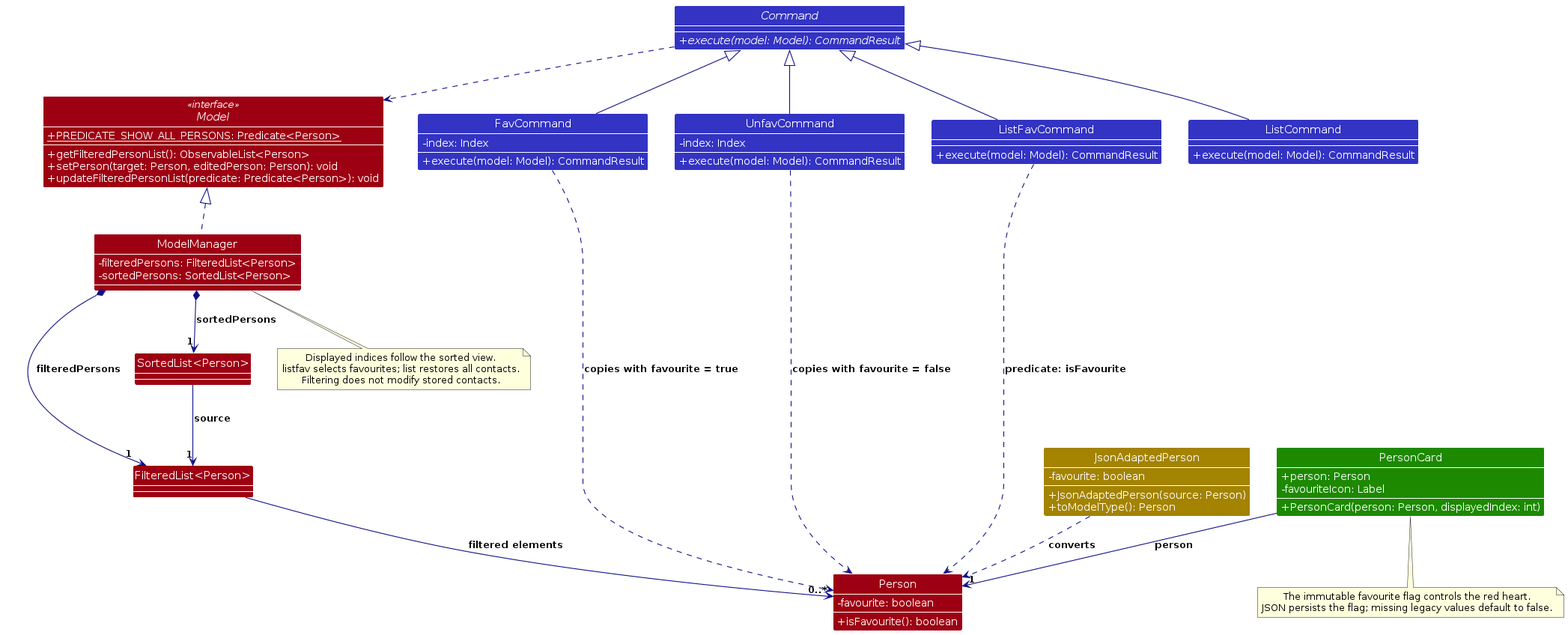
This is diagrams/FavouriteContactsClassDiagram.png from AY2627S1-CS2103T-F15-3/tp, a PlantUML export, as it was before one commit. Its source is kept beside it as diagrams/FavouriteContactsClassDiagram.puml.
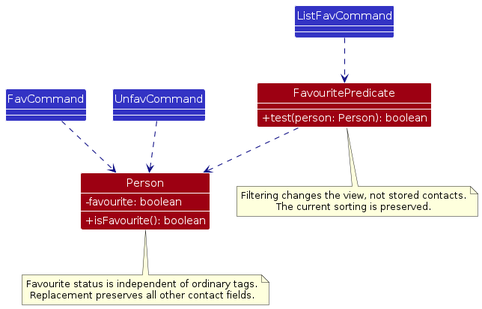
After the commit.

The edit, as a diff of the source:
```diff
@@ -3,82 +3,34 @@
 show members
 skinparam classAttributeIconSize 0
 skinparam classAttributeFontColor #FFFFFF
-skinparam genericDisplay old
 skinparam arrowThickness 1.1
 skinparam arrowColor LOGIC_COLOR_T4
 skinparam classBackgroundColor LOGIC_COLOR
+skinparam ArrowFontStyle plain
 top to bottom direction
 
-abstract class Command {
-  {abstract} +execute(model: Model): CommandResult
-}
-class FavCommand {
-  -index: Index
-  +execute(model: Model): CommandResult
-}
-class UnfavCommand {
-  -index: Index
-  +execute(model: Model): CommandResult
-}
-class ListFavCommand {
-  +execute(model: Model): CommandResult
-}
-class ListCommand {
-  +execute(model: Model): CommandResult
-}
-interface Model <<interface>> MODEL_COLOR {
-  {static} +PREDICATE_SHOW_ALL_PERSONS: Predicate<Person>
-  +getFilteredPersonList(): ObservableList<Person>
-  +setPerson(target: Person, editedPerson: Person): void
-  +updateFilteredPersonList(predicate: Predicate<Person>): void
-}
-class ModelManager MODEL_COLOR {
-  -filteredPersons: FilteredList<Person>
-  -sortedPersons: SortedList<Person>
-}
-class "FilteredList<Person>" as FilteredList MODEL_COLOR
-class "SortedList<Person>" as SortedList MODEL_COLOR
+class FavCommand
+class UnfavCommand
+class ListFavCommand
 class Person MODEL_COLOR {
   -favourite: boolean
   +isFavourite(): boolean
 }
-class JsonAdaptedPerson STORAGE_COLOR {
-  -favourite: boolean
-  +JsonAdaptedPerson(source: Person)
-  +toModelType(): Person
-}
-class PersonCard UI_COLOR {
-  +person: Person
-  -favouriteIcon: Label
-  +PersonCard(person: Person, displayedIndex: int)
+class FavouritePredicate MODEL_COLOR {
+  +test(person: Person): boolean
 }
 
-FavCommand -up-|> Command
-UnfavCommand -up-|> Command
-ListFavCommand -up-|> Command
-ListCommand -up-|> Command
-FavCommand -[hidden]right-> UnfavCommand
-UnfavCommand -[hidden]right-> ListFavCommand
-ListFavCommand -[hidden]right-> ListCommand
-Command ..> Model
-FavCommand ..> Person : copies with favourite = true
-UnfavCommand ..> Person : copies with favourite = false
-ListFavCommand ..> Person : predicate: isFavourite
-ModelManager .up.|> Model
-ModelManager *--> "1" FilteredList : filteredPersons
-ModelManager *--> "1" SortedList : sortedPersons
-SortedList --> "1" FilteredList : source
-FilteredList --> "0..*" Person : filtered elements
-JsonAdaptedPerson ..> Person : converts
-PersonCard --> "1" Person : person
+FavCommand ..> Person
+UnfavCommand ..> Person
+ListFavCommand ..> FavouritePredicate
+FavouritePredicate ..> Person
 
-note bottom of ModelManager
-  Displayed indices follow the sorted view.
-  listfav selects favourites; list restores all contacts.
-  Filtering does not modify stored contacts.
+note bottom of Person
+  Favourite status is independent of ordinary tags.
+  Replacement preserves all other contact fields.
 end note
-note bottom of PersonCard
-  The immutable favourite flag controls the red heart.
-  JSON persists the flag; missing legacy values default to false.
+note bottom of FavouritePredicate
+  Filtering changes the view, not stored contacts.
+  The current sorting is preserved.
 end note
 @enduml
```
